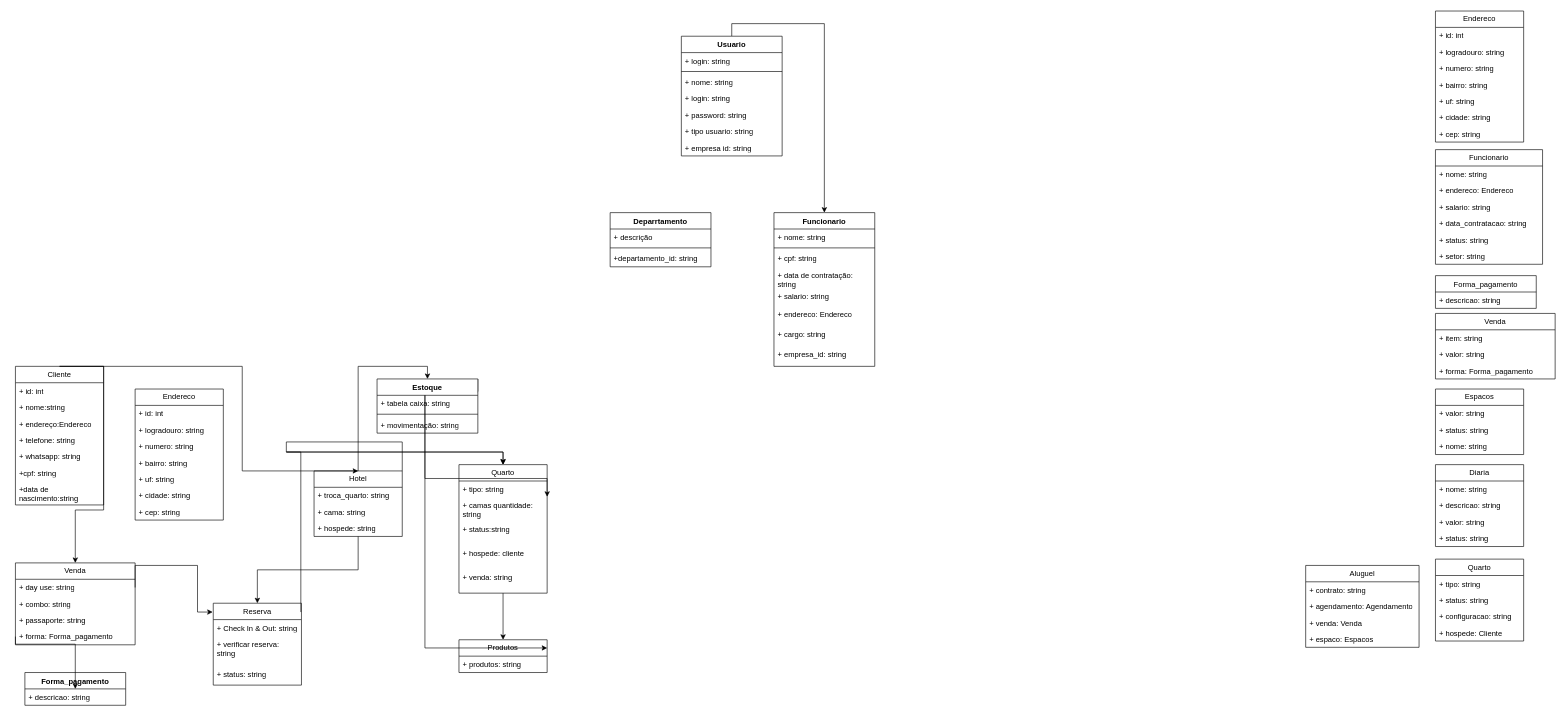
Above: Diagrama sem nome.drawio in FSOFTSistemas/Lago (draw.io), before the change. Source tidied: cells renumbered, new cells numbered last; positions are measured from the earlier drawing's top-left corner, leaving out a move shared by most shapes. Both pictures are drawn from the tidied source at 63%, with x=0, y=0 at pixel (15, 11).
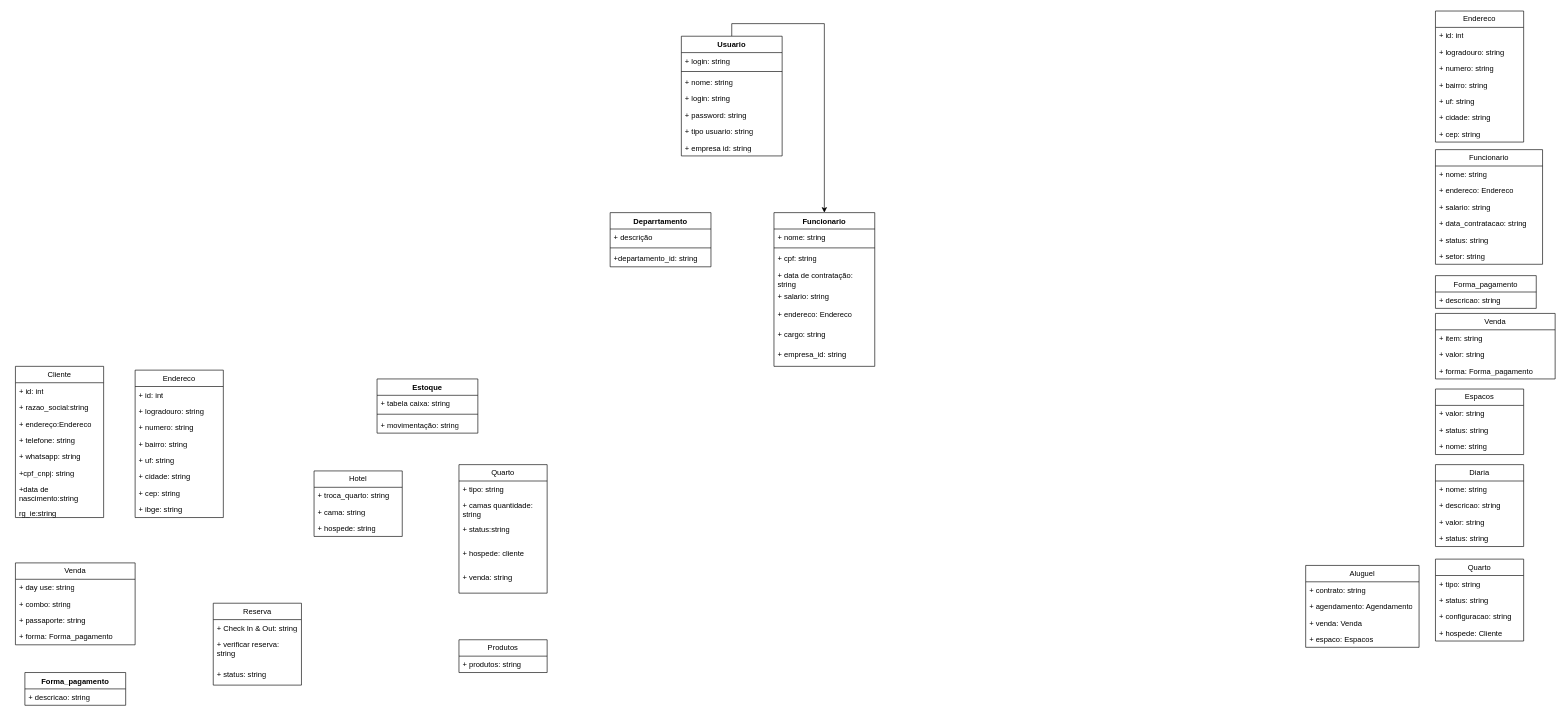
After the change.

The change refers to these unchanged cells:
```xml
<mxCell id="38" value="+ descricao: string" style="text;strokeColor=none;fillColor=none;align=left;verticalAlign=top;spacingLeft=4;spacingRight=4;overflow=hidden;points=[[0,0.5],[1,0.5]];portConstraint=eastwest;whiteSpace=wrap;html=1;" parent="37" vertex="1">
  <mxGeometry y="26" width="160" height="26" as="geometry" />
</mxCell>
<mxCell id="44" value="Venda" style="swimlane;fontStyle=0;horizontal=1;startSize=26;fillColor=none;whiteSpace=wrap;html=1;" parent="1" vertex="1">
  <mxGeometry y="876" width="190" height="130" as="geometry" />
</mxCell>
<mxCell id="45" value="+ day use: string" style="text;strokeColor=none;fillColor=none;align=left;verticalAlign=top;spacingLeft=4;spacingRight=4;overflow=hidden;points=[[0,0.5],[1,0.5]];portConstraint=eastwest;whiteSpace=wrap;html=1;" parent="44" vertex="1">
  <mxGeometry y="26" width="190" height="26" as="geometry" />
</mxCell>
<mxCell id="48" value="+ forma: Forma_pagamento" style="text;strokeColor=none;fillColor=none;align=left;verticalAlign=top;spacingLeft=4;spacingRight=4;overflow=hidden;points=[[0,0.5],[1,0.5]];portConstraint=eastwest;whiteSpace=wrap;html=1;" parent="44" vertex="1">
  <mxGeometry y="104" width="190" height="26" as="geometry" />
</mxCell>
<mxCell id="57" value="Hotel" style="swimlane;fontStyle=0;horizontal=1;startSize=26;fillColor=none;whiteSpace=wrap;html=1;" parent="1" vertex="1">
  <mxGeometry x="474" y="730" width="140" height="104" as="geometry" />
</mxCell>
<mxCell id="62" value="Quarto" style="swimlane;fontStyle=0;horizontal=1;startSize=26;fillColor=none;whiteSpace=wrap;html=1;" parent="1" vertex="1">
  <mxGeometry x="704" y="720" width="140" height="204" as="geometry" />
</mxCell>
<mxCell id="69" value="Reserva" style="swimlane;fontStyle=0;horizontal=1;startSize=26;fillColor=none;whiteSpace=wrap;html=1;" parent="1" vertex="1">
  <mxGeometry x="314" y="940" width="140" height="130" as="geometry" />
</mxCell>
<mxCell id="74" value="Produtos" style="swimlane;fontStyle=0;horizontal=1;startSize=26;fillColor=none;whiteSpace=wrap;html=1;" parent="1" vertex="1">
  <mxGeometry x="704" y="998" width="140" height="52" as="geometry" />
</mxCell>
<mxCell id="84" value="Estoque" style="swimlane;fontStyle=1;align=center;verticalAlign=top;horizontal=1;startSize=26;whiteSpace=wrap;html=1;" parent="1" vertex="1">
  <mxGeometry x="574" y="584" width="160" height="86" as="geometry" />
</mxCell>
```

Change to the diagram source:
```diff
@@
-    <mxCell id="10" style="edgeStyle=orthogonalEdgeStyle;rounded=0;jettySize=auto;html=1;exitX=0.5;exitY=0;exitDx=0;exitDy=0;entryX=0.5;entryY=0;entryDx=0;entryDy=0;" parent="1" edge="1" source="12" target="44">
-      <mxGeometry relative="1" as="geometry">
-        <Array as="points">
-          <mxPoint x="140" y="564" />
-          <mxPoint x="140" y="792" />
-          <mxPoint x="95" y="792" />
-        </Array>
-      </mxGeometry>
-    </mxCell>
-    <mxCell id="11" style="edgeStyle=orthogonalEdgeStyle;rounded=0;jettySize=auto;html=1;exitX=0.5;exitY=0;exitDx=0;exitDy=0;entryX=0.5;entryY=0;entryDx=0;entryDy=0;" parent="1" edge="1" source="12" target="57">
-      <mxGeometry relative="1" as="geometry">
-        <Array as="points">
-          <mxPoint x="360" y="564" />
-        </Array>
-      </mxGeometry>
-    </mxCell>
     <mxCell id="12" value="Cliente" style="swimlane;fontStyle=0;horizontal=1;startSize=26;fillColor=none;whiteSpace=wrap;html=1;" parent="1" vertex="1">
-      <mxGeometry y="564" width="140" height="220" as="geometry" />
+      <mxGeometry y="564" width="140" height="240" as="geometry" />
     </mxCell>
@@
-    <mxCell id="14" value="+ nome:string" style="text;strokeColor=none;fillColor=none;align=left;verticalAlign=top;spacingLeft=4;spacingRight=4;overflow=hidden;whiteSpace=wrap;html=1;" parent="12" vertex="1">
+    <mxCell id="14" value="+ razao_social:string" style="text;strokeColor=none;fillColor=none;align=left;verticalAlign=top;spacingLeft=4;spacingRight=4;overflow=hidden;whiteSpace=wrap;html=1;" parent="12" vertex="1">
       <mxGeometry y="52" width="140" height="26" as="geometry" />
     </mxCell>
@@
-    <mxCell id="18" value="+cpf: string" style="text;strokeColor=none;fillColor=none;align=left;verticalAlign=top;spacingLeft=4;spacingRight=4;overflow=hidden;whiteSpace=wrap;html=1;" parent="12" vertex="1">
+    <mxCell id="18" value="+cpf_cnpj: string" style="text;strokeColor=none;fillColor=none;align=left;verticalAlign=top;spacingLeft=4;spacingRight=4;overflow=hidden;whiteSpace=wrap;html=1;" parent="12" vertex="1">
       <mxGeometry y="156" width="140" height="26" as="geometry" />
     </mxCell>
+    <mxCell id="118" value="+data de nascimento:string" style="text;strokeColor=none;fillColor=none;align=left;verticalAlign=top;spacingLeft=4;spacingRight=4;overflow=hidden;whiteSpace=wrap;html=1;" parent="12" vertex="1">
+      <mxGeometry y="182" width="140" height="38" as="geometry" />
+    </mxCell>
-    <mxCell id="19" value="+data de nascimento:string" style="text;strokeColor=none;fillColor=none;align=left;verticalAlign=top;spacingLeft=4;spacingRight=4;overflow=hidden;whiteSpace=wrap;html=1;" parent="12" vertex="1">
-      <mxGeometry y="182" width="140" height="38" as="geometry" />
+    <mxCell id="19" value="rg_ie:string" style="text;strokeColor=none;fillColor=none;align=left;verticalAlign=top;spacingLeft=4;spacingRight=4;overflow=hidden;whiteSpace=wrap;html=1;" parent="12" vertex="1">
+      <mxGeometry y="220" width="140" height="20" as="geometry" />
     </mxCell>
@@
-    <mxCell id="49" style="edgeStyle=orthogonalEdgeStyle;rounded=0;jettySize=auto;html=1;exitX=1;exitY=0;exitDx=0;exitDy=0;entryX=0.5;entryY=0;entryDx=0;entryDy=0;" parent="1" edge="1" source="57" target="62">
-      <mxGeometry relative="1" as="geometry">
-        <Array as="points">
-          <mxPoint x="614" y="684" />
-          <mxPoint x="430" y="684" />
-          <mxPoint x="430" y="700" />
-          <mxPoint x="774" y="700" />
-        </Array>
-      </mxGeometry>
-    </mxCell>
@@
-    <mxCell id="55" style="edgeStyle=orthogonalEdgeStyle;rounded=0;jettySize=auto;html=1;exitX=0.5;exitY=1;exitDx=0;exitDy=0;entryX=0.5;entryY=0;entryDx=0;entryDy=0;" parent="1" edge="1" source="57" target="69">
-      <mxGeometry relative="1" as="geometry" />
-    </mxCell>
-    <mxCell id="56" style="edgeStyle=orthogonalEdgeStyle;rounded=0;jettySize=auto;html=1;exitX=0.5;exitY=0;exitDx=0;exitDy=0;entryX=0.5;entryY=0;entryDx=0;entryDy=0;" parent="1" edge="1" source="57" target="84">
-      <mxGeometry relative="1" as="geometry" />
-    </mxCell>
@@
-    <mxCell id="61" style="edgeStyle=orthogonalEdgeStyle;rounded=0;jettySize=auto;html=1;exitX=0.5;exitY=1;exitDx=0;exitDy=0;entryX=0.5;entryY=0;entryDx=0;entryDy=0;" parent="1" edge="1" source="62" target="74">
-      <mxGeometry relative="1" as="geometry" />
-    </mxCell>
@@
-    <mxCell id="68" style="edgeStyle=orthogonalEdgeStyle;rounded=0;jettySize=auto;html=1;entryX=0.5;entryY=0;entryDx=0;entryDy=0;exitX=0.993;exitY=0.108;exitDx=0;exitDy=0;exitPerimeter=0;" parent="1" edge="1" source="69" target="62">
-      <mxGeometry relative="1" as="geometry">
-        <Array as="points">
-          <mxPoint x="430" y="700" />
-          <mxPoint x="550" y="700" />
-        </Array>
-      </mxGeometry>
-    </mxCell>
@@
-    <mxCell id="73" style="edgeStyle=orthogonalEdgeStyle;rounded=0;jettySize=auto;html=1;exitX=0;exitY=0.5;exitDx=0;exitDy=0;" parent="1" edge="1" source="48" target="38">
-      <mxGeometry relative="1" as="geometry">
-        <Array as="points">
-          <mxPoint y="1005" />
-        </Array>
-      </mxGeometry>
-    </mxCell>
@@
-    <mxCell id="81" style="edgeStyle=orthogonalEdgeStyle;rounded=0;jettySize=auto;html=1;exitX=1;exitY=0.5;exitDx=0;exitDy=0;entryX=-0.007;entryY=0.108;entryDx=0;entryDy=0;entryPerimeter=0;" parent="1" edge="1" source="45" target="69">
-      <mxGeometry relative="1" as="geometry">
-        <Array as="points">
-          <mxPoint x="190" y="880" />
-          <mxPoint x="289" y="880" />
-        </Array>
-      </mxGeometry>
-    </mxCell>
-    <mxCell id="82" style="edgeStyle=orthogonalEdgeStyle;rounded=0;jettySize=auto;html=1;exitX=1;exitY=0.25;exitDx=0;exitDy=0;entryX=1;entryY=0.25;entryDx=0;entryDy=0;" parent="1" edge="1" source="84" target="62">
-      <mxGeometry relative="1" as="geometry">
-        <Array as="points">
-          <mxPoint x="650" y="606" />
-          <mxPoint x="650" y="742" />
-        </Array>
-      </mxGeometry>
-    </mxCell>
-    <mxCell id="83" style="edgeStyle=orthogonalEdgeStyle;rounded=0;jettySize=auto;html=1;exitX=1;exitY=0;exitDx=0;exitDy=0;entryX=1;entryY=0.25;entryDx=0;entryDy=0;" parent="1" edge="1" source="84" target="74">
-      <mxGeometry relative="1" as="geometry">
-        <Array as="points">
-          <mxPoint x="630" y="604" />
-          <mxPoint x="650" y="604" />
-          <mxPoint x="650" y="967" />
-        </Array>
-      </mxGeometry>
-    </mxCell>
@@
     <mxCell id="110" value="Endereco" style="swimlane;fontStyle=0;horizontal=1;startSize=26;fillColor=none;whiteSpace=wrap;html=1;" parent="1" vertex="1">
-      <mxGeometry x="190" y="600" width="140" height="208" as="geometry" />
+      <mxGeometry x="190" y="570" width="140" height="234" as="geometry" />
     </mxCell>
@@
+    <mxCell id="119" value="+ ibge: string" style="text;strokeColor=none;fillColor=none;align=left;verticalAlign=top;spacingLeft=4;spacingRight=4;overflow=hidden;whiteSpace=wrap;html=1;" parent="110" vertex="1">
+      <mxGeometry y="208" width="140" height="26" as="geometry" />
+    </mxCell>
```
